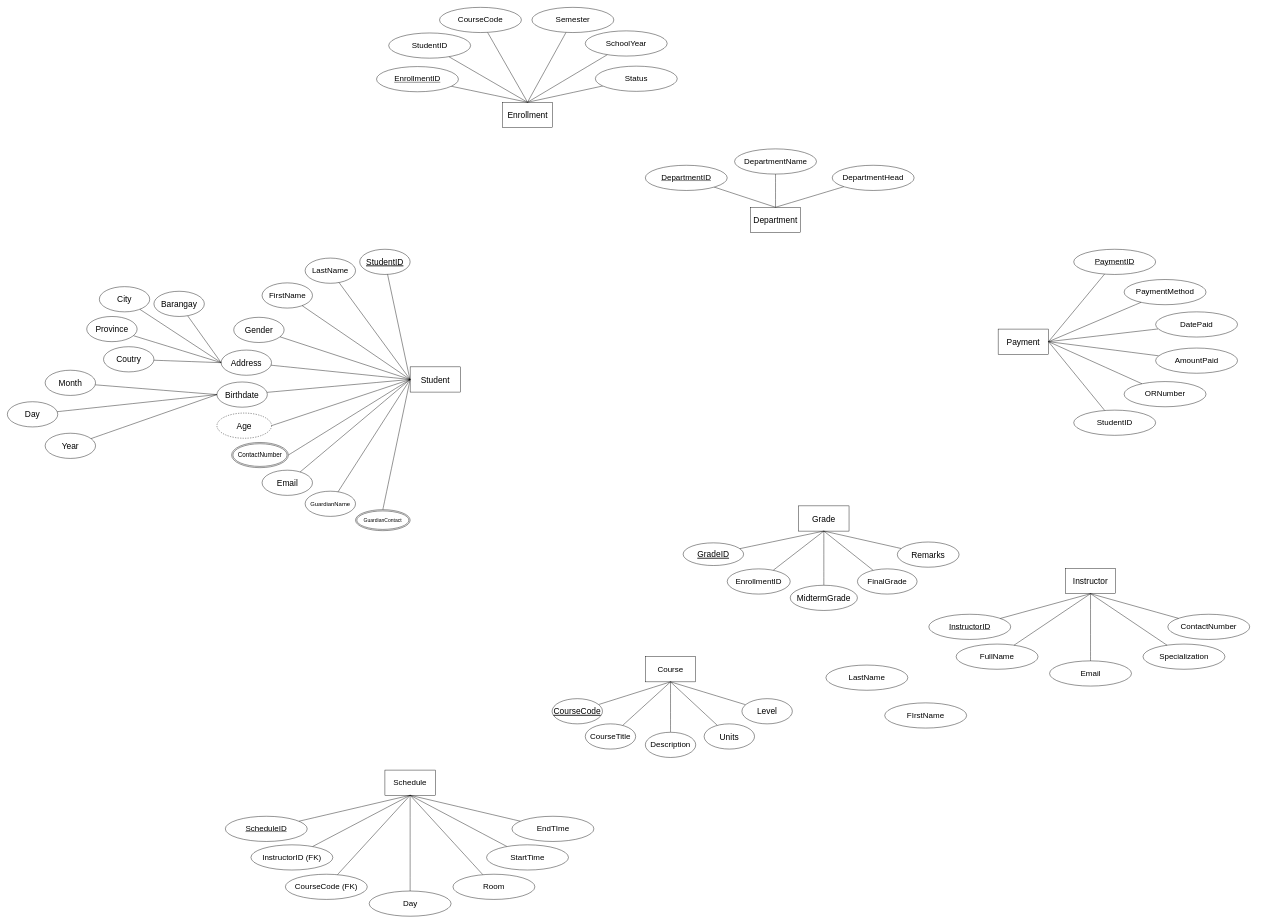
Above: Projects/Untitled Diagram.drawio in N0Obitaz/DrawIODiagrams (draw.io), before the change. Source tidied: cells renumbered, new cells numbered last; positions are measured from the earlier drawing's top-left corner, leaving out a move shared by most shapes. Both pictures are drawn from the tidied source at 42%, with x=0, y=0 at pixel (7, 7).
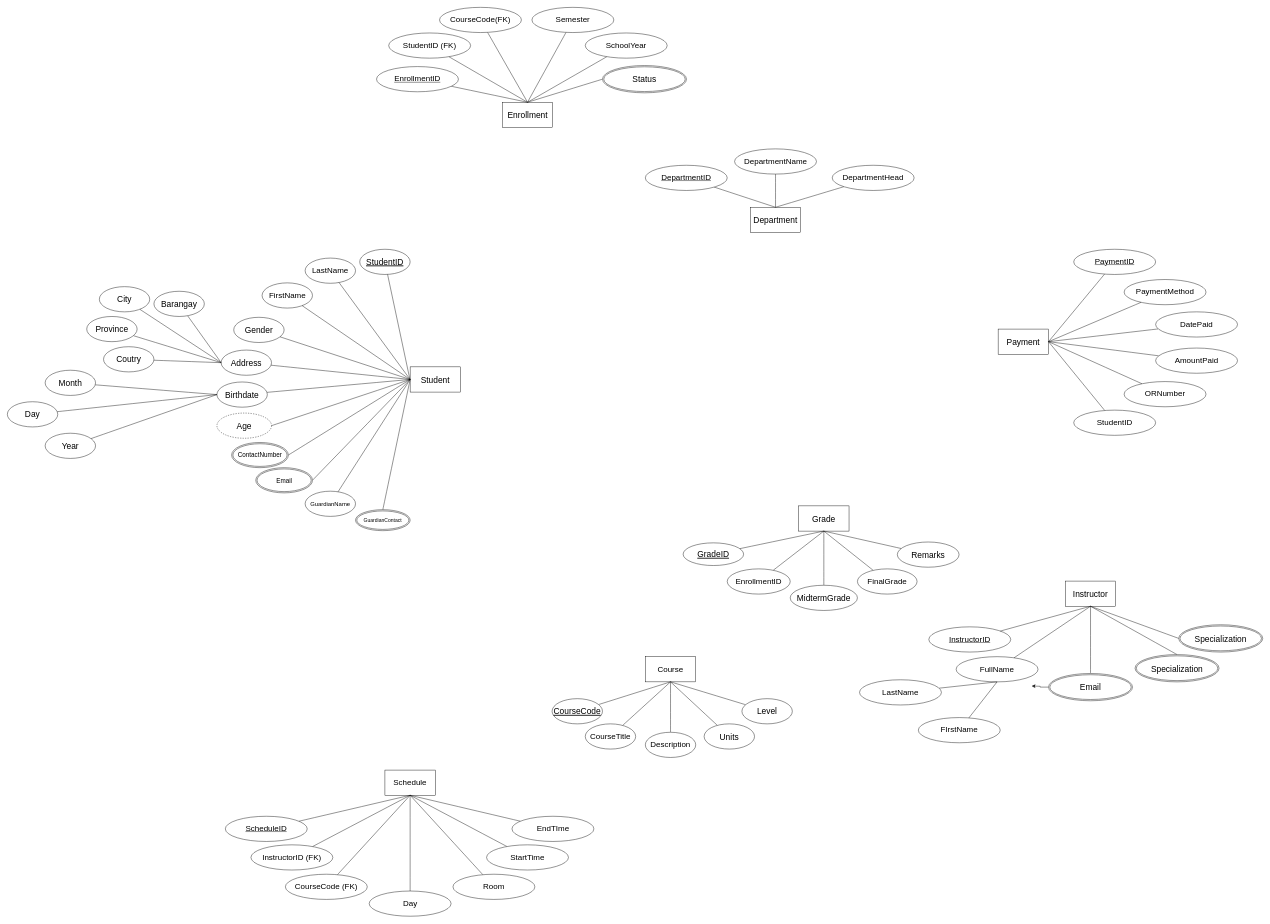
Above is the later version.

The change refers to these unchanged cells:
```xml
<mxCell id="41" style="group;" parent="1" vertex="1">
  <mxGeometry x="499" y="576" width="580" height="700" as="geometry" />
</mxCell>
<mxCell id="42" value="Student" style="rounded=0;whiteSpace=wrap;html=1;fontSize=20;" parent="41" vertex="1">
  <mxGeometry x="460" y="280" width="120" height="60" as="geometry" />
</mxCell>
<mxCell id="65" value="Enrollment" style="rounded=0;whiteSpace=wrap;html=1;fontSize=20;" parent="1" vertex="1">
  <mxGeometry x="1178.5" y="226" width="120" height="60" as="geometry" />
</mxCell>
<mxCell id="86" value="Instructor" style="rounded=0;whiteSpace=wrap;html=1;fontSize=20;" parent="85" vertex="1">
  <mxGeometry x="325" width="120" height="60" as="geometry" />
</mxCell>
<mxCell id="87" value="FullName" style="ellipse;whiteSpace=wrap;html=1;fontSize=19;" parent="85" vertex="1">
  <mxGeometry x="65" y="180" width="195" height="60" as="geometry" />
</mxCell>
```

Change to the diagram source:
```diff
@@
-    <mxCell id="47" value="Email" style="ellipse;whiteSpace=wrap;html=1;fontSize=20;" parent="41" vertex="1">
-      <mxGeometry x="107.5" y="526" width="120" height="60" as="geometry" />
-    </mxCell>
@@
-    <mxCell id="57" style="edgeStyle=none;curved=1;rounded=0;jettySize=auto;html=1;entryX=0;entryY=0.5;entryDx=0;entryDy=0;fontSize=12;startSize=8;endSize=8;endArrow=none;endFill=0;" parent="41" edge="1" source="47" target="42">
+    <mxCell id="57" style="edgeStyle=none;curved=1;rounded=0;jettySize=auto;html=1;entryX=0;entryY=0.5;entryDx=0;entryDy=0;fontSize=12;startSize=8;endSize=8;endArrow=none;endFill=0;exitX=1;exitY=0.5;exitDx=0;exitDy=0;" parent="41" edge="1" source="124" target="42">
       <mxGeometry relative="1" as="geometry" />
     </mxCell>
@@
+    <mxCell id="124" value="&lt;span style=&quot;font-size: 15px;&quot;&gt;Email&lt;/span&gt;" style="ellipse;shape=doubleEllipse;margin=3;whiteSpace=wrap;html=1;align=center;" parent="41" vertex="1">
+      <mxGeometry x="92.5" y="520" width="135" height="60" as="geometry" />
+    </mxCell>
@@
-    <mxCell id="67" value="StudentID" style="ellipse;whiteSpace=wrap;html=1;fontSize=19;" parent="1" vertex="1">
+    <mxCell id="67" value="StudentID (FK)" style="ellipse;whiteSpace=wrap;html=1;fontSize=19;" parent="1" vertex="1">
       <mxGeometry x="908" y="61" width="195" height="60" as="geometry" />
     </mxCell>
@@
-    <mxCell id="71" value="CourseCode" style="ellipse;whiteSpace=wrap;html=1;fontSize=19;" parent="1" vertex="1">
+    <mxCell id="71" value="CourseCode(FK)" style="ellipse;whiteSpace=wrap;html=1;fontSize=19;" parent="1" vertex="1">
       <mxGeometry x="1029" width="195" height="60" as="geometry" />
     </mxCell>
@@
     <mxCell id="73" value="SchoolYear" style="ellipse;whiteSpace=wrap;html=1;fontSize=19;" parent="1" vertex="1">
-      <mxGeometry x="1376" y="56" width="195" height="60" as="geometry" />
+      <mxGeometry x="1376" y="61" width="195" height="60" as="geometry" />
     </mxCell>
@@
-    <mxCell id="76" style="edgeStyle=none;curved=1;rounded=0;jettySize=auto;html=1;fontSize=12;startSize=8;endSize=8;entryX=0.5;entryY=0;entryDx=0;entryDy=0;endArrow=none;endFill=0;" parent="1" edge="1" source="77" target="65">
+    <mxCell id="76" style="edgeStyle=none;curved=1;rounded=0;jettySize=auto;html=1;fontSize=12;startSize=8;endSize=8;entryX=0.5;entryY=0;entryDx=0;entryDy=0;endArrow=none;endFill=0;exitX=0;exitY=0.5;exitDx=0;exitDy=0;" parent="1" edge="1" source="77" target="65">
       <mxGeometry relative="1" as="geometry" />
     </mxCell>
-    <mxCell id="77" value="Status" style="ellipse;whiteSpace=wrap;html=1;fontSize=19;" parent="1" vertex="1">
-      <mxGeometry x="1400" y="140" width="195" height="60" as="geometry" />
-    </mxCell>
@@
     <mxCell id="85" style="group;" parent="1" vertex="1">
-      <mxGeometry x="2194" y="1336" width="764" height="280" as="geometry" />
+      <mxGeometry x="2194" y="1366" width="764" height="285" as="geometry" />
     </mxCell>
@@
-    <mxCell id="89" value="Email" style="ellipse;whiteSpace=wrap;html=1;fontSize=19;" parent="85" vertex="1">
-      <mxGeometry x="287.5" y="220" width="195" height="60" as="geometry" />
-    </mxCell>
-    <mxCell id="90" value="ContactNumber" style="ellipse;whiteSpace=wrap;html=1;fontSize=19;" parent="85" vertex="1">
-      <mxGeometry x="569" y="109" width="195" height="60" as="geometry" />
-    </mxCell>
-    <mxCell id="91" value="Specialization" style="ellipse;whiteSpace=wrap;html=1;fontSize=19;" parent="85" vertex="1">
-      <mxGeometry x="510" y="180" width="195" height="60" as="geometry" />
-    </mxCell>
@@
-    <mxCell id="94" style="edgeStyle=none;curved=1;rounded=0;jettySize=auto;html=1;entryX=0.5;entryY=1;entryDx=0;entryDy=0;fontSize=12;startSize=8;endSize=8;endArrow=none;endFill=0;" parent="85" edge="1" source="89" target="86">
+    <mxCell id="94" style="edgeStyle=none;curved=1;rounded=0;jettySize=auto;html=1;entryX=0.5;entryY=1;entryDx=0;entryDy=0;fontSize=12;startSize=8;endSize=8;endArrow=none;endFill=0;exitX=0.5;exitY=0;exitDx=0;exitDy=0;" parent="85" edge="1" source="126" target="86">
       <mxGeometry relative="1" as="geometry" />
     </mxCell>
-    <mxCell id="95" style="edgeStyle=none;curved=1;rounded=0;jettySize=auto;html=1;fontSize=12;startSize=8;endSize=8;entryX=0.5;entryY=1;entryDx=0;entryDy=0;endArrow=none;endFill=0;" parent="85" edge="1" source="90" target="86">
+    <mxCell id="95" style="edgeStyle=none;curved=1;rounded=0;jettySize=auto;html=1;fontSize=12;startSize=8;endSize=8;entryX=0.5;entryY=1;entryDx=0;entryDy=0;endArrow=none;endFill=0;exitX=0;exitY=0.5;exitDx=0;exitDy=0;" parent="85" edge="1" source="128" target="86">
       <mxGeometry relative="1" as="geometry" />
     </mxCell>
-    <mxCell id="96" style="edgeStyle=none;curved=1;rounded=0;jettySize=auto;html=1;entryX=0.5;entryY=1;entryDx=0;entryDy=0;fontSize=12;startSize=8;endSize=8;endArrow=none;endFill=0;" parent="85" edge="1" source="91" target="86">
+    <mxCell id="96" style="edgeStyle=none;curved=1;rounded=0;jettySize=auto;html=1;entryX=0.5;entryY=1;entryDx=0;entryDy=0;fontSize=12;startSize=8;endSize=8;endArrow=none;endFill=0;exitX=0.5;exitY=0;exitDx=0;exitDy=0;" parent="85" edge="1" source="127" target="86">
       <mxGeometry relative="1" as="geometry" />
     </mxCell>
+    <mxCell id="125" style="edgeStyle=orthogonalEdgeStyle;rounded=0;jettySize=auto;html=1;" parent="85" edge="1" source="126">
+      <mxGeometry relative="1" as="geometry">
+        <mxPoint x="245" y="250" as="targetPoint" />
+      </mxGeometry>
+    </mxCell>
+    <mxCell id="126" value="&lt;font style=&quot;font-size: 20px;&quot;&gt;Email&lt;/font&gt;" style="ellipse;shape=doubleEllipse;margin=3;whiteSpace=wrap;html=1;align=center;" parent="85" vertex="1">
+      <mxGeometry x="285" y="220" width="200" height="65" as="geometry" />
+    </mxCell>
+    <mxCell id="127" value="&lt;font style=&quot;font-size: 20px;&quot;&gt;Specialization&lt;/font&gt;" style="ellipse;shape=doubleEllipse;margin=3;whiteSpace=wrap;html=1;align=center;" parent="85" vertex="1">
+      <mxGeometry x="491" y="175" width="200" height="65" as="geometry" />
+    </mxCell>
+    <mxCell id="128" value="&lt;span style=&quot;font-size: 20px;&quot;&gt;Specialization&lt;/span&gt;" style="ellipse;shape=doubleEllipse;margin=3;whiteSpace=wrap;html=1;align=center;" parent="85" vertex="1">
+      <mxGeometry x="595" y="104" width="200" height="65" as="geometry" />
+    </mxCell>
@@
+    <mxCell id="129" style="rounded=0;jettySize=auto;html=1;entryX=0.5;entryY=1;entryDx=0;entryDy=0;endArrow=none;endFill=0;" parent="1" edge="1" source="122" target="87">
+      <mxGeometry relative="1" as="geometry" />
+    </mxCell>
     <mxCell id="122" value="LastName" style="ellipse;whiteSpace=wrap;html=1;fontSize=19;" parent="1" vertex="1">
-      <mxGeometry x="1949" y="1566" width="195" height="60" as="geometry" />
+      <mxGeometry x="2029" y="1601" width="195" height="60" as="geometry" />
     </mxCell>
+    <mxCell id="130" style="rounded=0;jettySize=auto;html=1;entryX=0.5;entryY=1;entryDx=0;entryDy=0;endArrow=none;endFill=0;" parent="1" edge="1" source="123" target="87">
+      <mxGeometry relative="1" as="geometry" />
+    </mxCell>
     <mxCell id="123" value="FIrstName" style="ellipse;whiteSpace=wrap;html=1;fontSize=19;" parent="1" vertex="1">
-      <mxGeometry x="2089" y="1656" width="195" height="60" as="geometry" />
+      <mxGeometry x="2169" y="1691" width="195" height="60" as="geometry" />
     </mxCell>
+    <mxCell id="77" value="&lt;span style=&quot;font-size: 20px;&quot;&gt;Status&lt;/span&gt;" style="ellipse;shape=doubleEllipse;margin=3;whiteSpace=wrap;html=1;align=center;" parent="1" vertex="1">
+      <mxGeometry x="1417" y="138.5" width="200" height="65" as="geometry" />
+    </mxCell>
```
